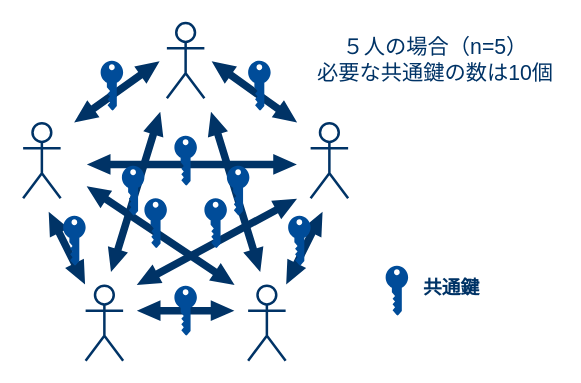
The draw.io diagram img/3-share-comkey.dio in akakou-doc/pubkey-crypto, before the edit. Source tidied: cells renumbered, new cells numbered last; positions are measured from the earlier drawing's top-left corner, leaving out a move shared by most shapes. Both pictures are drawn from the tidied source at 125%, with x=0, y=0 at pixel (22, 22).
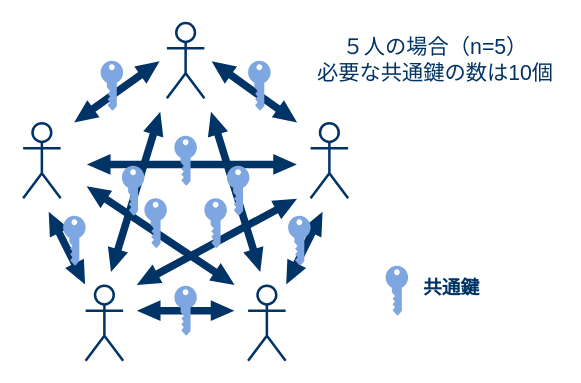
The same diagram, later.

The edit, as a diff of the source:
```diff
@@
-    <mxCell id="17" style="verticalLabelPosition=bottom;html=1;verticalAlign=top;align=center;shape=mxgraph.cisco19.key;fillColor=#004C99;strokeColor=#FFFFFF;direction=south;strokeWidth=15;" parent="1" vertex="1">
+    <mxCell id="17" style="verticalLabelPosition=bottom;html=1;verticalAlign=top;align=center;shape=mxgraph.cisco19.key;fillColor=#7EA6E0;strokeColor=#FFFFFF;direction=south;strokeWidth=15;" parent="1" vertex="1">
       <mxGeometry x="62" y="30" width="18" height="40" as="geometry" />
     </mxCell>
-    <mxCell id="18" style="verticalLabelPosition=bottom;html=1;verticalAlign=top;align=center;shape=mxgraph.cisco19.key;fillColor=#004C99;strokeColor=#FFFFFF;direction=south;strokeWidth=15;" parent="1" vertex="1">
+    <mxCell id="18" style="verticalLabelPosition=bottom;html=1;verticalAlign=top;align=center;shape=mxgraph.cisco19.key;fillColor=#7EA6E0;strokeColor=#FFFFFF;direction=south;strokeWidth=15;" parent="1" vertex="1">
       <mxGeometry x="32" y="154" width="18" height="40" as="geometry" />
     </mxCell>
-    <mxCell id="19" style="verticalLabelPosition=bottom;html=1;verticalAlign=top;align=center;shape=mxgraph.cisco19.key;fillColor=#004C99;strokeColor=#FFFFFF;direction=south;strokeWidth=15;" parent="1" vertex="1">
+    <mxCell id="19" style="verticalLabelPosition=bottom;html=1;verticalAlign=top;align=center;shape=mxgraph.cisco19.key;fillColor=#7EA6E0;strokeColor=#FFFFFF;direction=south;strokeWidth=15;" parent="1" vertex="1">
       <mxGeometry x="121" y="210" width="18" height="40" as="geometry" />
     </mxCell>
-    <mxCell id="20" style="verticalLabelPosition=bottom;html=1;verticalAlign=top;align=center;shape=mxgraph.cisco19.key;fillColor=#004C99;strokeColor=#FFFFFF;direction=south;strokeWidth=15;" parent="1" vertex="1">
+    <mxCell id="20" style="verticalLabelPosition=bottom;html=1;verticalAlign=top;align=center;shape=mxgraph.cisco19.key;fillColor=#7EA6E0;strokeColor=#FFFFFF;direction=south;strokeWidth=15;" parent="1" vertex="1">
       <mxGeometry x="97" y="140" width="18" height="40" as="geometry" />
     </mxCell>
-    <mxCell id="21" style="verticalLabelPosition=bottom;html=1;verticalAlign=top;align=center;shape=mxgraph.cisco19.key;fillColor=#004C99;strokeColor=#FFFFFF;direction=south;strokeWidth=15;" parent="1" vertex="1">
+    <mxCell id="21" style="verticalLabelPosition=bottom;html=1;verticalAlign=top;align=center;shape=mxgraph.cisco19.key;fillColor=#7EA6E0;strokeColor=#FFFFFF;direction=south;strokeWidth=15;" parent="1" vertex="1">
       <mxGeometry x="79" y="114" width="18" height="40" as="geometry" />
     </mxCell>
-    <mxCell id="22" style="verticalLabelPosition=bottom;html=1;verticalAlign=top;align=center;shape=mxgraph.cisco19.key;fillColor=#004C99;strokeColor=#FFFFFF;direction=south;strokeWidth=15;" parent="1" vertex="1">
+    <mxCell id="22" style="verticalLabelPosition=bottom;html=1;verticalAlign=top;align=center;shape=mxgraph.cisco19.key;fillColor=#7EA6E0;strokeColor=#FFFFFF;direction=south;strokeWidth=15;" parent="1" vertex="1">
       <mxGeometry x="121" y="90" width="18" height="40" as="geometry" />
     </mxCell>
-    <mxCell id="23" style="verticalLabelPosition=bottom;html=1;verticalAlign=top;align=center;shape=mxgraph.cisco19.key;fillColor=#004C99;strokeColor=#FFFFFF;direction=south;strokeWidth=15;" parent="1" vertex="1">
+    <mxCell id="23" style="verticalLabelPosition=bottom;html=1;verticalAlign=top;align=center;shape=mxgraph.cisco19.key;fillColor=#7EA6E0;strokeColor=#FFFFFF;direction=south;strokeWidth=15;" parent="1" vertex="1">
       <mxGeometry x="180" y="30" width="18" height="40" as="geometry" />
     </mxCell>
-    <mxCell id="24" style="verticalLabelPosition=bottom;html=1;verticalAlign=top;align=center;shape=mxgraph.cisco19.key;fillColor=#004C99;strokeColor=#FFFFFF;direction=south;strokeWidth=15;" parent="1" vertex="1">
+    <mxCell id="24" style="verticalLabelPosition=bottom;html=1;verticalAlign=top;align=center;shape=mxgraph.cisco19.key;fillColor=#7EA6E0;strokeColor=#FFFFFF;direction=south;strokeWidth=15;" parent="1" vertex="1">
       <mxGeometry x="145" y="140" width="18" height="40" as="geometry" />
     </mxCell>
-    <mxCell id="25" style="verticalLabelPosition=bottom;html=1;verticalAlign=top;align=center;shape=mxgraph.cisco19.key;fillColor=#004C99;strokeColor=#FFFFFF;direction=south;strokeWidth=15;" parent="1" vertex="1">
+    <mxCell id="25" style="verticalLabelPosition=bottom;html=1;verticalAlign=top;align=center;shape=mxgraph.cisco19.key;fillColor=#7EA6E0;strokeColor=#FFFFFF;direction=south;strokeWidth=15;" parent="1" vertex="1">
       <mxGeometry x="163" y="114" width="18" height="40" as="geometry" />
     </mxCell>
-    <mxCell id="26" style="verticalLabelPosition=bottom;html=1;verticalAlign=top;align=center;shape=mxgraph.cisco19.key;fillColor=#004C99;strokeColor=#FFFFFF;direction=south;strokeWidth=15;" parent="1" vertex="1">
+    <mxCell id="26" style="verticalLabelPosition=bottom;html=1;verticalAlign=top;align=center;shape=mxgraph.cisco19.key;fillColor=#7EA6E0;strokeColor=#FFFFFF;direction=south;strokeWidth=15;" parent="1" vertex="1">
       <mxGeometry x="212" y="154" width="18" height="40" as="geometry" />
     </mxCell>
-    <mxCell id="27" style="verticalLabelPosition=bottom;html=1;verticalAlign=top;align=center;shape=mxgraph.cisco19.key;fillColor=#004C99;strokeColor=#FFFFFF;direction=south;strokeWidth=15;" parent="1" vertex="1">
+    <mxCell id="27" style="verticalLabelPosition=bottom;html=1;verticalAlign=top;align=center;shape=mxgraph.cisco19.key;fillColor=#7EA6E0;strokeColor=#FFFFFF;direction=south;strokeWidth=15;" parent="1" vertex="1">
       <mxGeometry x="290" y="194" width="18" height="40" as="geometry" />
     </mxCell>
```
